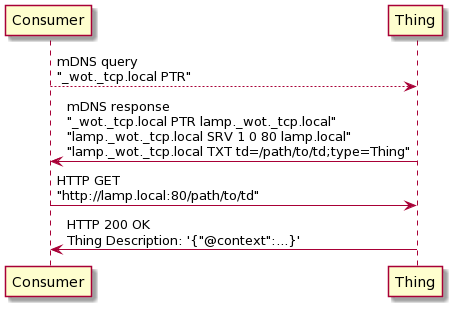
The PlantUML diagram images/sequence-dnssd-thing.png in w3c/wot-discovery, before a commit.
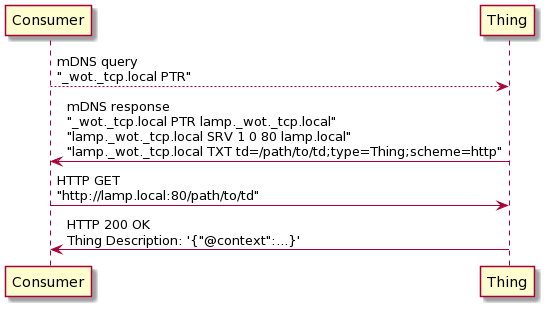
The same file after the commit.

Diff of the diagram source:
```diff
@@ -5,7 +5,7 @@
 participant "Thing" as Thing
 
 Consumer --> Thing : mDNS query\n"_wot._tcp.local PTR"
-Thing ->  Consumer : mDNS response\n"_wot._tcp.local PTR lamp._wot._tcp.local"\n"lamp._wot._tcp.local SRV 1 0 80 lamp.local"\n"lamp._wot._tcp.local TXT td=/path/to/td;type=Thing"
+Thing ->  Consumer : mDNS response\n"_wot._tcp.local PTR lamp._wot._tcp.local"\n"lamp._wot._tcp.local SRV 1 0 80 lamp.local"\n"lamp._wot._tcp.local TXT td=/path/to/td;type=Thing;scheme=http"
 Consumer -> Thing  : HTTP GET\n"http://lamp.local:80/path/to/td"
 Thing ->  Consumer : HTTP 200 OK\nThing Description: '{"@context":...}'
 @enduml
```
